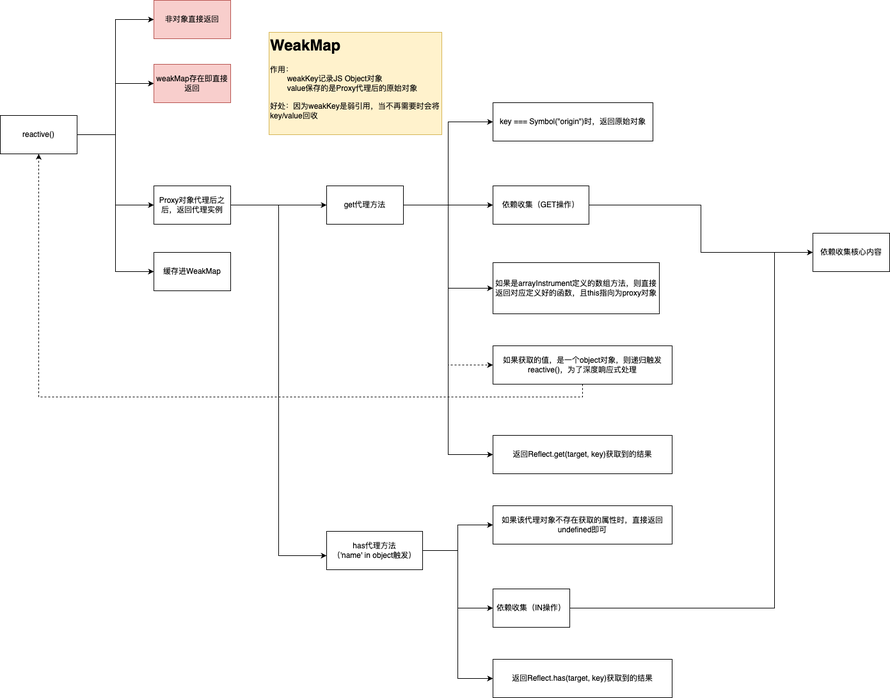
The draw.io diagram Vue3响应式源码实现(渡一).drawio.png in JYbill/draw, before a commit. Source tidied: cells renumbered, new cells last; positions are measured from the earlier drawing's top-left corner, leaving out a move shared by most shapes.
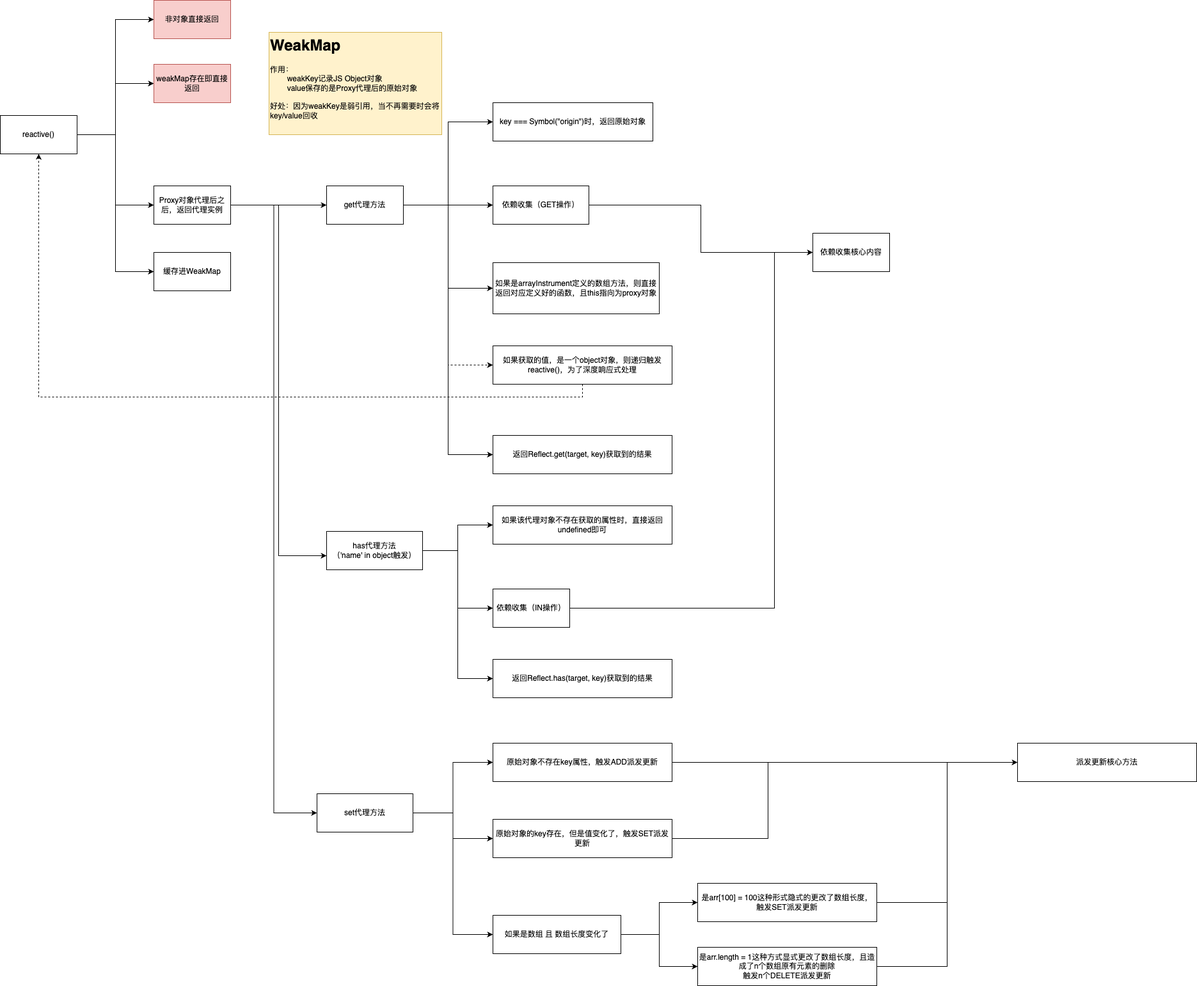
The same diagram one commit later.

Commit message:
更新Vue3响应式源码实现(渡一).drawio.png

Diff of the diagram source:
```diff
@@ -29,6 +29,9 @@
     <mxCell id="10" style="edgeStyle=orthogonalEdgeStyle;rounded=0;jettySize=auto;html=1;exitX=1;exitY=0.5;exitDx=0;exitDy=0;entryX=0;entryY=0.5;entryDx=0;entryDy=0;" parent="1" edge="1" source="11" target="18">
       <mxGeometry relative="1" as="geometry" />
     </mxCell>
+    <mxCell id="36" style="edgeStyle=orthogonalEdgeStyle;rounded=0;jettySize=auto;html=1;exitX=1;exitY=0.5;exitDx=0;exitDy=0;entryX=0;entryY=0.5;entryDx=0;entryDy=0;" parent="1" edge="1" source="11" target="40">
+      <mxGeometry relative="1" as="geometry" />
+    </mxCell>
     <mxCell id="11" value="Proxy对象代理后之后，返回代理实例" style="rounded=0;whiteSpace=wrap;html=1;" parent="1" vertex="1">
       <mxGeometry x="240" y="290" width="120" height="60" as="geometry" />
     </mxCell>
@@ -109,5 +112,58 @@
     <mxCell id="35" value="返回Reflect.has(target, key)获取到的结果" style="rounded=0;whiteSpace=wrap;html=1;" parent="1" vertex="1">
       <mxGeometry x="770" y="1030" width="280" height="60" as="geometry" />
     </mxCell>
+    <mxCell id="37" style="edgeStyle=orthogonalEdgeStyle;rounded=0;jettySize=auto;html=1;exitX=1;exitY=0.5;exitDx=0;exitDy=0;entryX=0;entryY=0.5;entryDx=0;entryDy=0;" parent="1" edge="1" source="40" target="42">
+      <mxGeometry relative="1" as="geometry" />
+    </mxCell>
+    <mxCell id="38" style="edgeStyle=orthogonalEdgeStyle;rounded=0;jettySize=auto;html=1;exitX=1;exitY=0.5;exitDx=0;exitDy=0;entryX=0;entryY=0.5;entryDx=0;entryDy=0;" parent="1" edge="1" source="40" target="45">
+      <mxGeometry relative="1" as="geometry" />
+    </mxCell>
+    <mxCell id="39" style="edgeStyle=orthogonalEdgeStyle;rounded=0;jettySize=auto;html=1;exitX=1;exitY=0.5;exitDx=0;exitDy=0;entryX=0;entryY=0.5;entryDx=0;entryDy=0;" parent="1" edge="1" source="40" target="48">
+      <mxGeometry relative="1" as="geometry" />
+    </mxCell>
+    <mxCell id="40" value="set代理方法" style="rounded=0;whiteSpace=wrap;html=1;" parent="1" vertex="1">
+      <mxGeometry x="495" y="1240" width="150" height="60" as="geometry" />
+    </mxCell>
+    <mxCell id="41" style="edgeStyle=orthogonalEdgeStyle;rounded=0;jettySize=auto;html=1;exitX=1;exitY=0.5;exitDx=0;exitDy=0;" parent="1" edge="1" source="42" target="43">
+      <mxGeometry relative="1" as="geometry" />
+    </mxCell>
+    <mxCell id="42" value="原始对象不存在key属性，触发ADD派发更新" style="rounded=0;whiteSpace=wrap;html=1;" parent="1" vertex="1">
+      <mxGeometry x="770" y="1161" width="280" height="60" as="geometry" />
+    </mxCell>
+    <mxCell id="43" value="派发更新核心方法" style="rounded=0;whiteSpace=wrap;html=1;" parent="1" vertex="1">
+      <mxGeometry x="1590" y="1161" width="280" height="60" as="geometry" />
+    </mxCell>
+    <mxCell id="44" style="edgeStyle=orthogonalEdgeStyle;rounded=0;jettySize=auto;html=1;exitX=1;exitY=0.5;exitDx=0;exitDy=0;entryX=0;entryY=0.5;entryDx=0;entryDy=0;" parent="1" edge="1" source="45" target="43">
+      <mxGeometry relative="1" as="geometry">
+        <Array as="points">
+          <mxPoint x="1200" y="1310" />
+          <mxPoint x="1200" y="1191" />
+        </Array>
+      </mxGeometry>
+    </mxCell>
+    <mxCell id="45" value="原始对象的key存在，但是值变化了，触发SET派发更新" style="rounded=0;whiteSpace=wrap;html=1;" parent="1" vertex="1">
+      <mxGeometry x="770" y="1280" width="280" height="60" as="geometry" />
+    </mxCell>
+    <mxCell id="46" style="edgeStyle=orthogonalEdgeStyle;rounded=0;jettySize=auto;html=1;exitX=1;exitY=0.5;exitDx=0;exitDy=0;entryX=0;entryY=0.5;entryDx=0;entryDy=0;" parent="1" edge="1" source="48" target="50">
+      <mxGeometry relative="1" as="geometry" />
+    </mxCell>
+    <mxCell id="47" style="edgeStyle=orthogonalEdgeStyle;rounded=0;jettySize=auto;html=1;exitX=1;exitY=0.5;exitDx=0;exitDy=0;entryX=0;entryY=0.5;entryDx=0;entryDy=0;" parent="1" edge="1" source="48" target="52">
+      <mxGeometry relative="1" as="geometry" />
+    </mxCell>
+    <mxCell id="48" value="如果是数组 且 数组长度变化了" style="rounded=0;whiteSpace=wrap;html=1;" parent="1" vertex="1">
+      <mxGeometry x="770" y="1430" width="200" height="60" as="geometry" />
+    </mxCell>
+    <mxCell id="49" style="edgeStyle=orthogonalEdgeStyle;rounded=0;jettySize=auto;html=1;exitX=1;exitY=0.5;exitDx=0;exitDy=0;entryX=0;entryY=0.5;entryDx=0;entryDy=0;" parent="1" edge="1" source="50" target="43">
+      <mxGeometry relative="1" as="geometry" />
+    </mxCell>
+    <mxCell id="50" value="是arr[100] = 100这种形式隐式的更改了数组长度，&lt;br&gt;触发SET派发更新" style="rounded=0;whiteSpace=wrap;html=1;" parent="1" vertex="1">
+      <mxGeometry x="1090" y="1380" width="280" height="60" as="geometry" />
+    </mxCell>
+    <mxCell id="51" style="edgeStyle=orthogonalEdgeStyle;rounded=0;jettySize=auto;html=1;exitX=1;exitY=0.5;exitDx=0;exitDy=0;entryX=0;entryY=0.5;entryDx=0;entryDy=0;" parent="1" edge="1" source="52" target="43">
+      <mxGeometry relative="1" as="geometry" />
+    </mxCell>
+    <mxCell id="52" value="是arr.length = 1这种方式显式更改了数组长度，且造成了n个数组原有元素的删除&lt;br&gt;触发n个DELETE派发更新" style="rounded=0;whiteSpace=wrap;html=1;" parent="1" vertex="1">
+      <mxGeometry x="1090" y="1480" width="280" height="60" as="geometry" />
+    </mxCell>
   </root>
 </mxGraphModel>
```
